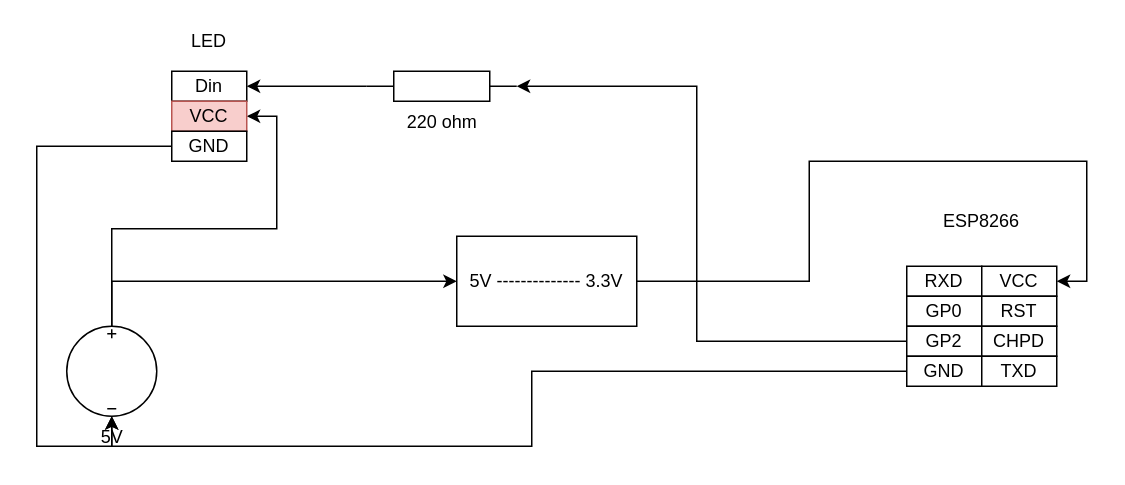
Above: Diagram.drawio in curious-odd-man/ArduinoLedPanel (draw.io), before the change. Source tidied: cells renumbered, new cells numbered last; positions are measured from the earlier drawing's top-left corner, leaving out a move shared by most shapes. Both pictures are drawn from the tidied source at 150%, with x=0, y=0 at pixel (36, 26).
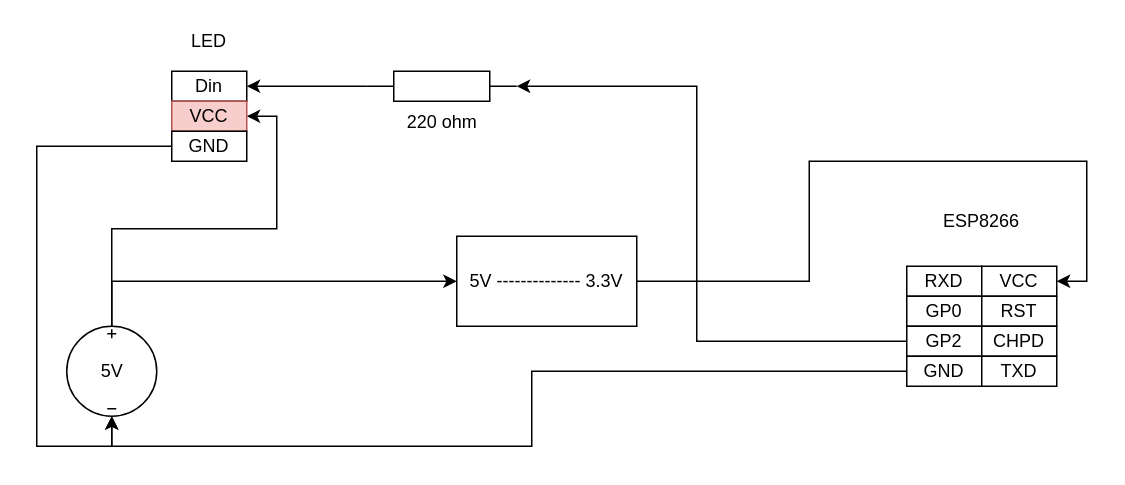
The same diagram, later.

The edit, as a diff of the source:
```diff
@@
-    <mxCell id="6" value="5V" style="verticalLabelPosition=bottom;shadow=0;dashed=0;align=center;html=1;verticalAlign=top;shape=mxgraph.electrical.signal_sources.dc_source_3;" parent="1" vertex="1">
+    <mxCell id="6" value="5V" style="verticalLabelPosition=middle;shadow=0;dashed=0;align=center;html=1;verticalAlign=middle;shape=mxgraph.electrical.signal_sources.dc_source_3;labelPosition=center;" parent="1" vertex="1">
       <mxGeometry x="20" y="200" width="60" height="60" as="geometry" />
     </mxCell>
```
